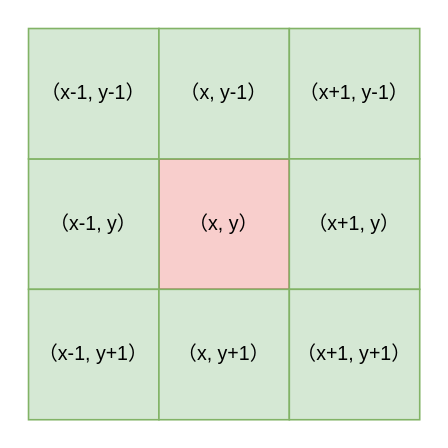
This is page "第 2 页" (2 of 4) of docs/0661_image_smoother.drawio from rickbsr/example-leetcode, a draw.io file, before an edit. Source tidied: cells renumbered, new cells numbered last; positions are measured from the earlier drawing's top-left corner, leaving out a move shared by most shapes. Both pictures are drawn from the tidied source at 163%, with x=0, y=0 at pixel (28, 28).
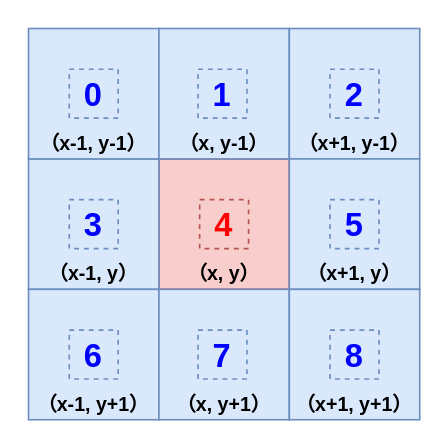
Above is the later version.

The edit, as a diff of the source:
```diff
@@
 <mxGraphModel>
   <root>
     <mxCell id="0" />
     <mxCell id="1" parent="0" />
-    <mxCell id="2" value="（x, y）" style="whiteSpace=wrap;html=1;fillColor=#f8cecc;strokeColor=#b85450;" parent="1" vertex="1">
+    <mxCell id="2" value="（x, y）" style="whiteSpace=wrap;html=1;fillColor=#f8cecc;strokeColor=#b85450;verticalAlign=bottom;fontStyle=1;" parent="1" vertex="1">
       <mxGeometry x="80" y="80" width="80" height="80" as="geometry" />
     </mxCell>
-    <mxCell id="3" value="（x-1, y）" style="whiteSpace=wrap;html=1;fillColor=#d5e8d4;strokeColor=#82b366;" parent="1" vertex="1">
+    <mxCell id="3" value="（x-1, y）" style="whiteSpace=wrap;html=1;fillColor=#dae8fc;strokeColor=#6c8ebf;verticalAlign=bottom;fontStyle=1;" parent="1" vertex="1">
       <mxGeometry y="80" width="80" height="80" as="geometry" />
     </mxCell>
-    <mxCell id="4" value="（x-1, y-1）" style="whiteSpace=wrap;html=1;fillColor=#d5e8d4;strokeColor=#82b366;" parent="1" vertex="1">
+    <mxCell id="4" value="（x-1, y-1）" style="whiteSpace=wrap;html=1;fillColor=#dae8fc;strokeColor=#6c8ebf;verticalAlign=bottom;fontStyle=1;" parent="1" vertex="1">
       <mxGeometry width="80" height="80" as="geometry" />
     </mxCell>
-    <mxCell id="5" value="（x, y-1）" style="whiteSpace=wrap;html=1;fillColor=#d5e8d4;strokeColor=#82b366;" parent="1" vertex="1">
+    <mxCell id="5" value="（x, y-1）" style="whiteSpace=wrap;html=1;fillColor=#dae8fc;strokeColor=#6c8ebf;verticalAlign=bottom;fontStyle=1;" parent="1" vertex="1">
       <mxGeometry x="80" width="80" height="80" as="geometry" />
     </mxCell>
-    <mxCell id="6" value="（x+1, y-1）" style="whiteSpace=wrap;html=1;fillColor=#d5e8d4;strokeColor=#82b366;" parent="1" vertex="1">
+    <mxCell id="6" value="（x+1, y-1）" style="whiteSpace=wrap;html=1;fillColor=#dae8fc;strokeColor=#6c8ebf;verticalAlign=bottom;fontStyle=1;" parent="1" vertex="1">
       <mxGeometry x="160" width="80" height="80" as="geometry" />
     </mxCell>
-    <mxCell id="7" value="（x+1, y）" style="whiteSpace=wrap;html=1;fillColor=#d5e8d4;strokeColor=#82b366;" parent="1" vertex="1">
+    <mxCell id="7" value="（x+1, y）" style="whiteSpace=wrap;html=1;fillColor=#dae8fc;strokeColor=#6c8ebf;verticalAlign=bottom;fontStyle=1;" parent="1" vertex="1">
       <mxGeometry x="160" y="80" width="80" height="80" as="geometry" />
     </mxCell>
-    <mxCell id="8" value="（x-1, y+1）" style="whiteSpace=wrap;html=1;fillColor=#d5e8d4;strokeColor=#82b366;" parent="1" vertex="1">
+    <mxCell id="8" value="（x-1, y+1）" style="whiteSpace=wrap;html=1;fillColor=#dae8fc;strokeColor=#6c8ebf;verticalAlign=bottom;fontStyle=1;" parent="1" vertex="1">
       <mxGeometry y="160" width="80" height="80" as="geometry" />
     </mxCell>
-    <mxCell id="9" value="（x, y+1）" style="whiteSpace=wrap;html=1;fillColor=#d5e8d4;strokeColor=#82b366;" parent="1" vertex="1">
+    <mxCell id="9" value="（x, y+1）" style="whiteSpace=wrap;html=1;fillColor=#dae8fc;strokeColor=#6c8ebf;verticalAlign=bottom;fontStyle=1;" parent="1" vertex="1">
       <mxGeometry x="80" y="160" width="80" height="80" as="geometry" />
     </mxCell>
-    <mxCell id="10" value="（x+1, y+1）" style="whiteSpace=wrap;html=1;fillColor=#d5e8d4;strokeColor=#82b366;" parent="1" vertex="1">
+    <mxCell id="10" value="（x+1, y+1）" style="whiteSpace=wrap;html=1;fillColor=#dae8fc;strokeColor=#6c8ebf;verticalAlign=bottom;fontStyle=1;" parent="1" vertex="1">
       <mxGeometry x="160" y="160" width="80" height="80" as="geometry" />
     </mxCell>
+    <mxCell id="11" value="&lt;font color=&quot;#ff0000&quot; style=&quot;font-size: 20px;&quot;&gt;4&lt;/font&gt;" style="text;html=1;strokeColor=#b85450;fillColor=#f8cecc;align=center;verticalAlign=middle;whiteSpace=wrap;rounded=0;dashed=1;fontStyle=1;" parent="1" vertex="1">
+      <mxGeometry x="105" y="105" width="30" height="30" as="geometry" />
+    </mxCell>
+    <mxCell id="12" value="&lt;font color=&quot;#0000ff&quot; style=&quot;font-size: 20px;&quot;&gt;0&lt;/font&gt;" style="text;html=1;strokeColor=#6c8ebf;fillColor=#dae8fc;align=center;verticalAlign=middle;whiteSpace=wrap;rounded=0;dashed=1;fontStyle=1;" parent="1" vertex="1">
+      <mxGeometry x="25" y="25" width="30" height="30" as="geometry" />
+    </mxCell>
+    <mxCell id="13" value="&lt;font color=&quot;#0000ff&quot; style=&quot;font-size: 20px;&quot;&gt;1&lt;/font&gt;" style="text;html=1;strokeColor=#6c8ebf;fillColor=#dae8fc;align=center;verticalAlign=middle;whiteSpace=wrap;rounded=0;dashed=1;fontStyle=1;" parent="1" vertex="1">
+      <mxGeometry x="104" y="25" width="30" height="30" as="geometry" />
+    </mxCell>
+    <mxCell id="14" value="&lt;font color=&quot;#0000ff&quot; style=&quot;font-size: 20px;&quot;&gt;2&lt;/font&gt;" style="text;html=1;strokeColor=#6c8ebf;fillColor=#dae8fc;align=center;verticalAlign=middle;whiteSpace=wrap;rounded=0;dashed=1;fontStyle=1;" parent="1" vertex="1">
+      <mxGeometry x="185" y="25" width="30" height="30" as="geometry" />
+    </mxCell>
+    <mxCell id="15" value="&lt;font color=&quot;#0000ff&quot; style=&quot;font-size: 20px;&quot;&gt;3&lt;/font&gt;" style="text;html=1;strokeColor=#6c8ebf;fillColor=#dae8fc;align=center;verticalAlign=middle;whiteSpace=wrap;rounded=0;dashed=1;fontStyle=1;" parent="1" vertex="1">
+      <mxGeometry x="25" y="105" width="30" height="30" as="geometry" />
+    </mxCell>
+    <mxCell id="16" value="&lt;font color=&quot;#0000ff&quot; style=&quot;font-size: 20px;&quot;&gt;5&lt;/font&gt;" style="text;html=1;strokeColor=#6c8ebf;fillColor=#dae8fc;align=center;verticalAlign=middle;whiteSpace=wrap;rounded=0;dashed=1;fontStyle=1;" parent="1" vertex="1">
+      <mxGeometry x="185" y="105" width="30" height="30" as="geometry" />
+    </mxCell>
+    <mxCell id="17" value="&lt;font color=&quot;#0000ff&quot; style=&quot;font-size: 20px;&quot;&gt;6&lt;/font&gt;" style="text;html=1;strokeColor=#6c8ebf;fillColor=#dae8fc;align=center;verticalAlign=middle;whiteSpace=wrap;rounded=0;dashed=1;fontStyle=1;" parent="1" vertex="1">
+      <mxGeometry x="25" y="185" width="30" height="30" as="geometry" />
+    </mxCell>
+    <mxCell id="18" value="&lt;font color=&quot;#0000ff&quot; style=&quot;font-size: 20px;&quot;&gt;7&lt;/font&gt;" style="text;html=1;strokeColor=#6c8ebf;fillColor=#dae8fc;align=center;verticalAlign=middle;whiteSpace=wrap;rounded=0;dashed=1;fontStyle=1;" parent="1" vertex="1">
+      <mxGeometry x="104" y="185" width="30" height="30" as="geometry" />
+    </mxCell>
+    <mxCell id="19" value="&lt;font color=&quot;#0000ff&quot; style=&quot;font-size: 20px;&quot;&gt;8&lt;/font&gt;" style="text;html=1;strokeColor=#6c8ebf;fillColor=#dae8fc;align=center;verticalAlign=middle;whiteSpace=wrap;rounded=0;dashed=1;fontStyle=1;" parent="1" vertex="1">
+      <mxGeometry x="185" y="185" width="30" height="30" as="geometry" />
+    </mxCell>
   </root>
 </mxGraphModel>
```
